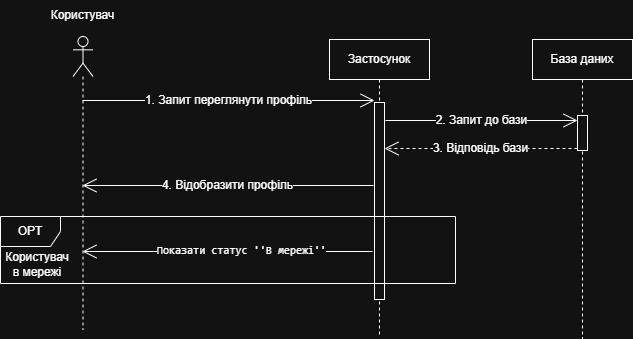
The draw.io diagram lab3/UC_check_profile/check_profile_SD.drawio.png in MihajloVat/KPI_labs_3_sem, before a commit. Source tidied: cells renumbered, new cells last; positions are measured from the earlier drawing's top-left corner, leaving out a move shared by most shapes. The source it was exported from:
```xml
<mxGraphModel>
  <root>
    <mxCell id="0" />
    <mxCell id="1" parent="0" />
    <mxCell id="2" style="shape=umlLifeline;perimeter=lifelinePerimeter;whiteSpace=wrap;html=1;outlineConnect=0;portConstraint=eastwest;newEdgeStyle={&quot;curved&quot;:0,&quot;rounded&quot;:0};participant=umlActor;" parent="1" vertex="1">
      <mxGeometry x="72.5" y="36" width="20" height="293" as="geometry" />
    </mxCell>
    <mxCell id="3" value="Застосунок" style="shape=umlLifeline;perimeter=lifelinePerimeter;whiteSpace=wrap;html=1;newEdgeStyle={&quot;curved&quot;:0,&quot;rounded&quot;:0};" parent="1" vertex="1">
      <mxGeometry x="329" y="39" width="100" height="297" as="geometry" />
    </mxCell>
    <mxCell id="4" style="html=1;perimeter=orthogonalPerimeter;targetShapes=umlLifeline;newEdgeStyle={&quot;curved&quot;:0,&quot;rounded&quot;:0};" parent="3" vertex="1">
      <mxGeometry x="45" y="63" width="10" height="197" as="geometry" />
    </mxCell>
    <mxCell id="5" value="Користувач" style="text;html=1;whiteSpace=wrap;strokeColor=none;fillColor=none;align=center;verticalAlign=middle;rounded=0;" parent="1" vertex="1">
      <mxGeometry x="43" width="79" height="30" as="geometry" />
    </mxCell>
    <mxCell id="6" value="База даних" style="shape=umlLifeline;perimeter=lifelinePerimeter;whiteSpace=wrap;html=1;newEdgeStyle={&quot;curved&quot;:0,&quot;rounded&quot;:0};" parent="1" vertex="1">
      <mxGeometry x="532" y="39" width="100" height="299" as="geometry" />
    </mxCell>
    <mxCell id="7" style="html=1;points=[[0,0,0,0,5],[0,1,0,0,-5],[1,0,0,0,5],[1,1,0,0,-5]];perimeter=orthogonalPerimeter;outlineConnect=0;targetShapes=umlLifeline;portConstraint=eastwest;newEdgeStyle={&quot;curved&quot;:0,&quot;rounded&quot;:0};" parent="6" vertex="1">
      <mxGeometry x="45" y="76" width="10" height="35" as="geometry" />
    </mxCell>
    <mxCell id="8" value="&lt;font style=&quot;font-size: 12px;&quot;&gt;1. Запит переглянути профіль&lt;/font&gt;" style="endArrow=open;endFill=1;endSize=12;html=1;rounded=0;" parent="1" edge="1" source="2">
      <mxGeometry relative="1" as="geometry">
        <mxPoint x="374" y="100" as="targetPoint" />
      </mxGeometry>
    </mxCell>
    <mxCell id="9" value="&lt;font style=&quot;font-size: 12px;&quot;&gt;2. Запит до бази&lt;/font&gt;" style="endArrow=open;endFill=1;endSize=12;html=1;rounded=0;entryX=0;entryY=0;entryDx=0;entryDy=5;entryPerimeter=0;" parent="1" edge="1" target="7">
      <mxGeometry relative="1" as="geometry">
        <mxPoint x="385" y="120" as="sourcePoint" />
      </mxGeometry>
    </mxCell>
    <mxCell id="10" value="&lt;font style=&quot;font-size: 12px;&quot;&gt;3. Відповідь бази&lt;/font&gt;" style="endArrow=open;endFill=1;endSize=12;html=1;rounded=0;dashed=1;" parent="1" edge="1">
      <mxGeometry relative="1" as="geometry">
        <mxPoint x="577" y="148" as="sourcePoint" />
        <mxPoint x="384" y="148" as="targetPoint" />
      </mxGeometry>
    </mxCell>
    <mxCell id="11" value="&lt;font style=&quot;font-size: 12px;&quot;&gt;4. Відобразити профіль&lt;/font&gt;" style="endArrow=open;endFill=1;endSize=12;html=1;rounded=0;" parent="1" edge="1" target="2">
      <mxGeometry relative="1" as="geometry">
        <mxPoint x="373" y="185" as="sourcePoint" />
      </mxGeometry>
    </mxCell>
    <mxCell id="12" value="&lt;div&gt;&lt;pre style=&quot;font-family: &amp;quot;JetBrains Mono&amp;quot;, monospace;&quot;&gt;&lt;font style=&quot;color: light-dark(rgb(255, 255, 255), rgb(255, 255, 255));&quot;&gt;Показати статус ''В мережі''&lt;/font&gt;&lt;/pre&gt;&lt;/div&gt;" style="endArrow=open;endFill=1;endSize=12;html=1;rounded=0;" parent="1" edge="1">
      <mxGeometry x="-0.09" y="-1" relative="1" as="geometry">
        <mxPoint x="372" y="251" as="sourcePoint" />
        <mxPoint x="82" y="251" as="targetPoint" />
      </mxGeometry>
    </mxCell>
    <mxCell id="13" value="OPT" style="shape=umlFrame;whiteSpace=wrap;html=1;" parent="1" vertex="1">
      <mxGeometry y="216" width="455" height="67" as="geometry" />
    </mxCell>
    <mxCell id="14" value="Користувач в мережі" style="text;html=1;whiteSpace=wrap;strokeColor=none;fillColor=none;align=center;verticalAlign=middle;rounded=0;" parent="1" vertex="1">
      <mxGeometry x="7" y="249" width="60" height="30" as="geometry" />
    </mxCell>
  </root>
</mxGraphModel>
```
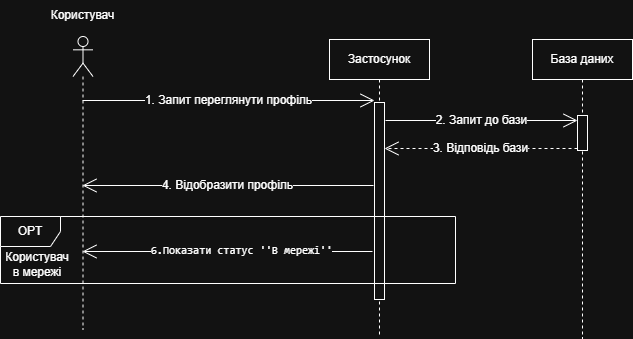
Later version of the same file.

What changed in the source:
```diff
@@ -41,7 +41,7 @@
         <mxPoint x="373" y="185" as="sourcePoint" />
       </mxGeometry>
     </mxCell>
-    <mxCell id="12" value="&lt;div&gt;&lt;pre style=&quot;font-family: &amp;quot;JetBrains Mono&amp;quot;, monospace;&quot;&gt;&lt;font style=&quot;color: light-dark(rgb(255, 255, 255), rgb(255, 255, 255));&quot;&gt;Показати статус ''В мережі''&lt;/font&gt;&lt;/pre&gt;&lt;/div&gt;" style="endArrow=open;endFill=1;endSize=12;html=1;rounded=0;" parent="1" edge="1">
+    <mxCell id="12" value="&lt;div&gt;&lt;pre style=&quot;font-family: &amp;quot;JetBrains Mono&amp;quot;, monospace;&quot;&gt;&lt;font style=&quot;color: light-dark(rgb(255, 255, 255), rgb(255, 255, 255));&quot;&gt;6.Показати статус ''В мережі''&lt;/font&gt;&lt;/pre&gt;&lt;/div&gt;" style="endArrow=open;endFill=1;endSize=12;html=1;rounded=0;" parent="1" edge="1">
       <mxGeometry x="-0.09" y="-1" relative="1" as="geometry">
         <mxPoint x="372" y="251" as="sourcePoint" />
         <mxPoint x="82" y="251" as="targetPoint" />
```
